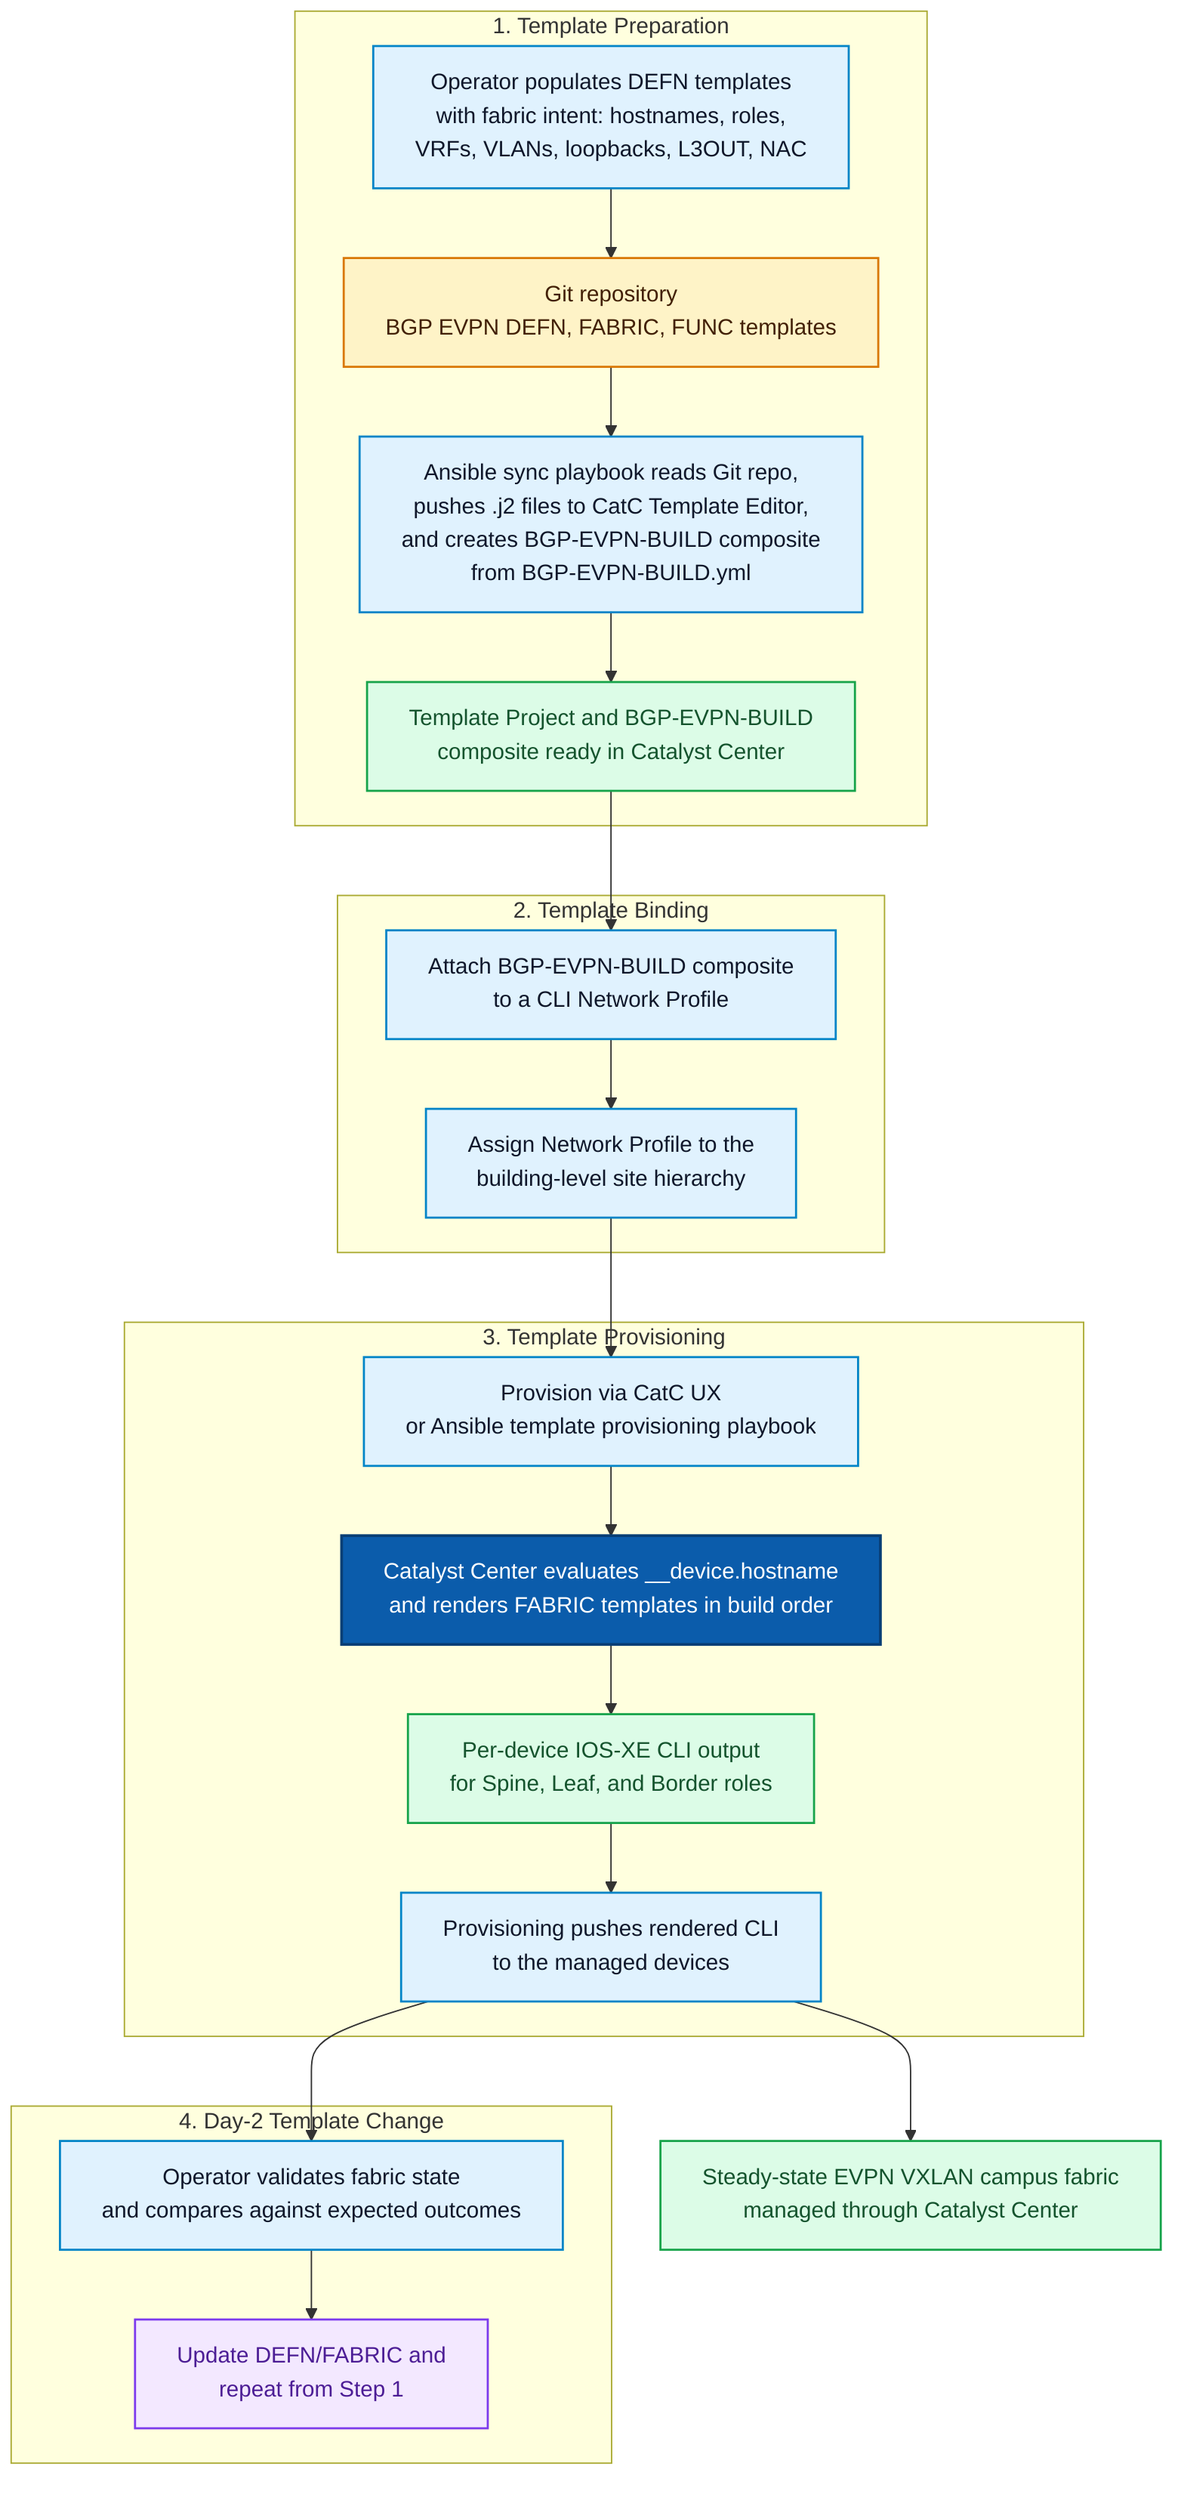
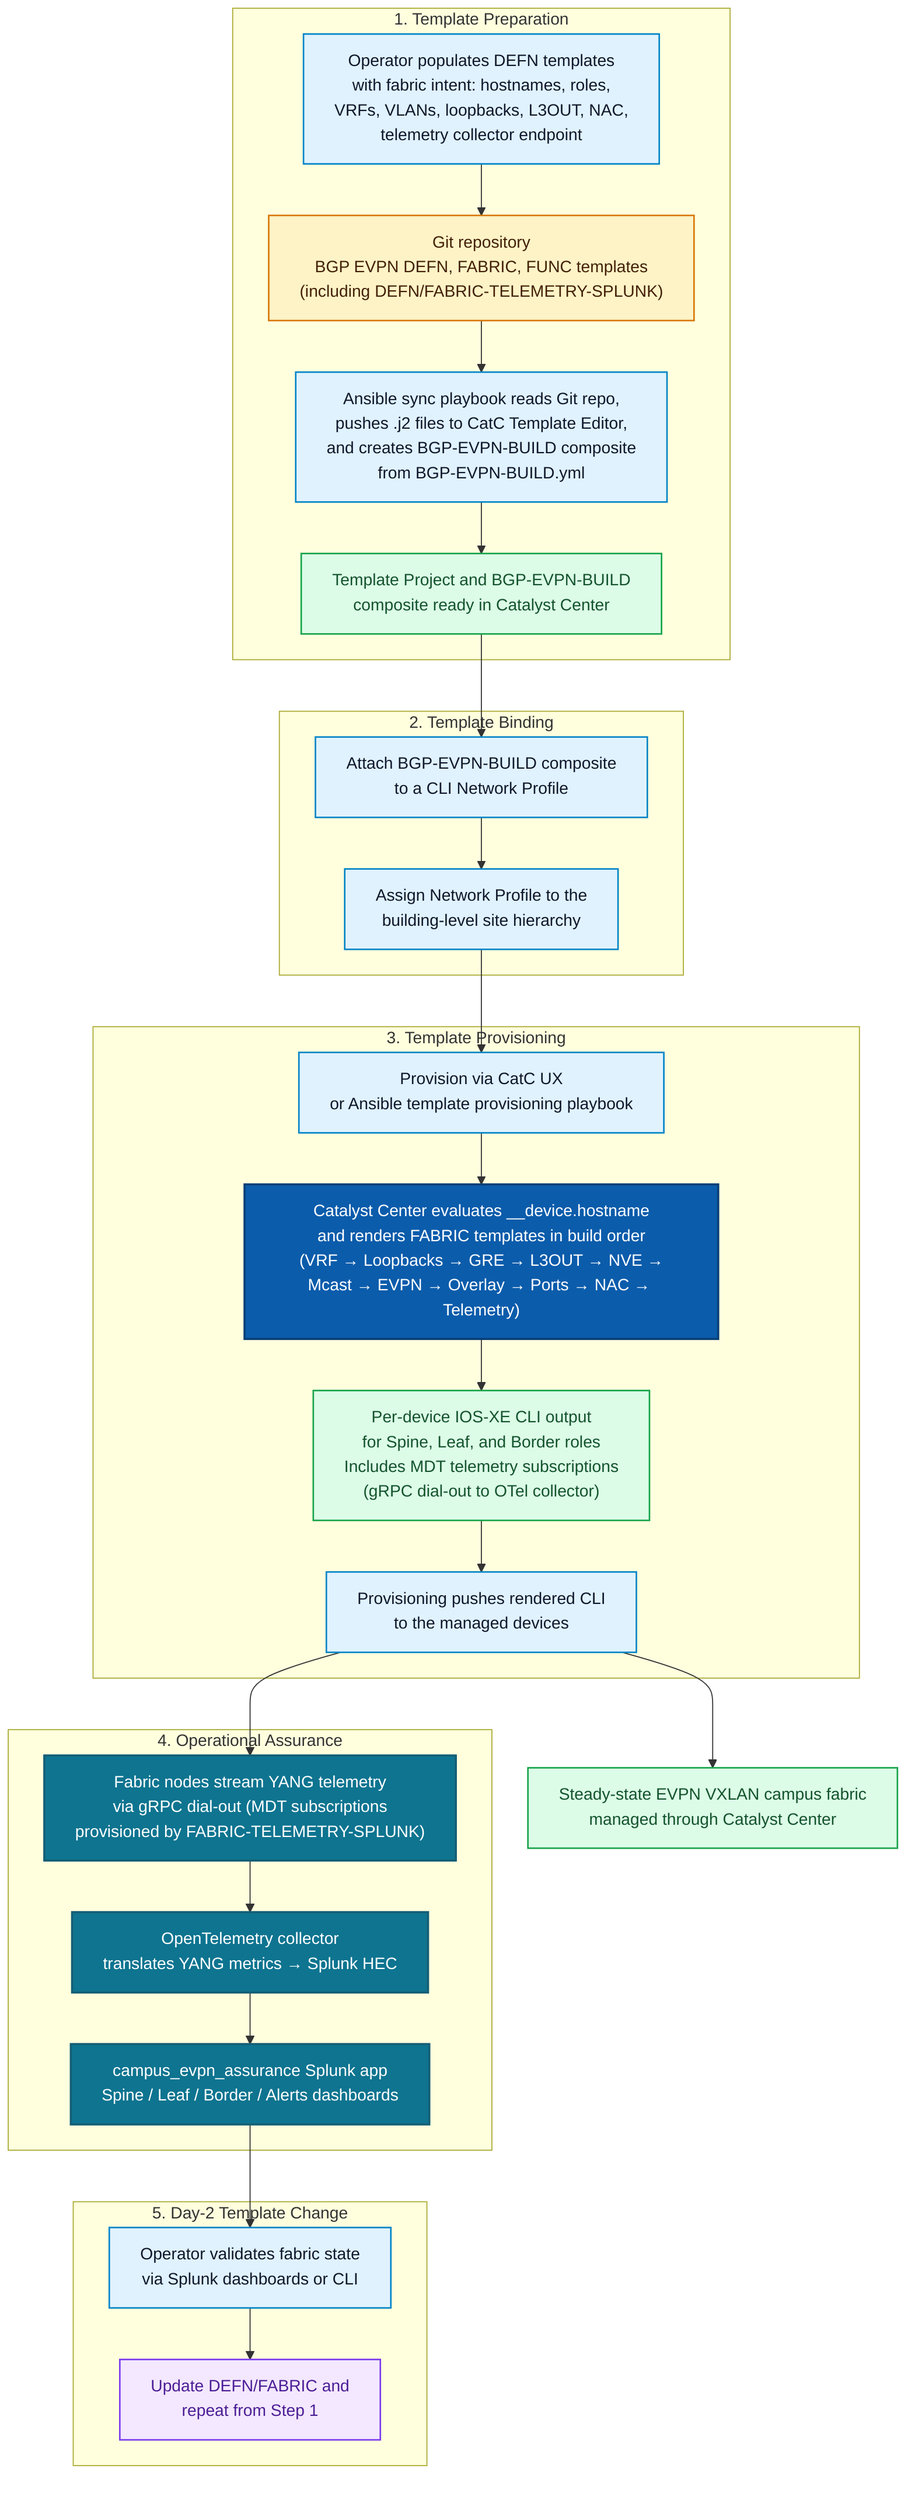
%%{init: {'flowchart': {'wrappingWidth': 400}}}%%
flowchart TB
  classDef phase fill:#0B5CAB,color:#FFFFFF,stroke:#083E75,stroke-width:2px;
  classDef action fill:#E0F2FE,color:#0F172A,stroke:#0284C7,stroke-width:1.5px;
  classDef data fill:#FEF3C7,color:#422006,stroke:#D97706,stroke-width:1.5px;
  classDef output fill:#DCFCE7,color:#14532D,stroke:#16A34A,stroke-width:1.5px;
  classDef loop fill:#F3E8FF,color:#4C1D95,stroke:#7C3AED,stroke-width:1.5px;
+   classDef assurance fill:#0E7490,color:#FFFFFF,stroke:#155E75,stroke-width:2px;

  subgraph prep["1. Template Preparation"]
-     userInput["Operator populates DEFN templates\nwith fabric intent: hostnames, roles,\nVRFs, VLANs, loopbacks, L3OUT, NAC"]:::action
-     userInput --> repo["Git repository\nBGP EVPN DEFN, FABRIC, FUNC templates"]:::data
+     userInput["Operator populates DEFN templates\nwith fabric intent: hostnames, roles,\nVRFs, VLANs, loopbacks, L3OUT, NAC,\ntelemetry collector endpoint"]:::action
+     userInput --> repo["Git repository\nBGP EVPN DEFN, FABRIC, FUNC templates\n(including DEFN/FABRIC-TELEMETRY-SPLUNK)"]:::data
    repo --> sync["Ansible sync playbook reads Git repo,\npushes .j2 files to CatC Template Editor,\nand creates BGP-EVPN-BUILD composite\nfrom BGP-EVPN-BUILD.yml"]:::action
    sync --> project["Template Project and BGP-EVPN-BUILD\ncomposite ready in Catalyst Center"]:::output
  end

  subgraph design["2. Template Binding"]
    profile["Attach BGP-EVPN-BUILD composite\nto a CLI Network Profile"]:::action
    profile --> site["Assign Network Profile to the\nbuilding-level site hierarchy"]:::action
  end

  subgraph provision["3. Template Provisioning"]
    inventory["Provision via CatC UX\nor Ansible template provisioning playbook"]:::action
-     inventory --> render["Catalyst Center evaluates __device.hostname\nand renders FABRIC templates in build order"]:::phase
-     render --> deviceCli["Per-device IOS-XE CLI output\nfor Spine, Leaf, and Border roles"]:::output
+     inventory --> render["Catalyst Center evaluates __device.hostname\nand renders FABRIC templates in build order\n(VRF → Loopbacks → GRE → L3OUT → NVE →\nMcast → EVPN → Overlay → Ports → NAC → Telemetry)"]:::phase
+     render --> deviceCli["Per-device IOS-XE CLI output\nfor Spine, Leaf, and Border roles\nIncludes MDT telemetry subscriptions\n(gRPC dial-out to OTel collector)"]:::output
    deviceCli --> deploy["Provisioning pushes rendered CLI\nto the managed devices"]:::action
  end

-   subgraph day2["4. Day-2 Template Change"]
-     validate["Operator validates fabric state\nand compares against expected outcomes"]:::action
+   subgraph assure["4. Operational Assurance"]
+     mdt["Fabric nodes stream YANG telemetry\nvia gRPC dial-out (MDT subscriptions\nprovisioned by FABRIC-TELEMETRY-SPLUNK)"]:::assurance
+     mdt --> otel["OpenTelemetry collector\ntranslates YANG metrics → Splunk HEC"]:::assurance
+     otel --> splunk["campus_evpn_assurance Splunk app\nSpine / Leaf / Border / Alerts dashboards"]:::assurance
+   end
+ 
+   subgraph day2["5. Day-2 Template Change"]
+     validate["Operator validates fabric state\nvia Splunk dashboards or CLI"]:::action
    validate --> loopback["Update DEFN/FABRIC and\nrepeat from Step 1"]:::loop
  end

  project --> profile
  site --> inventory
-   deploy --> validate
-   deploy --> steady["Steady-state EVPN VXLAN campus fabric\nmanaged through Catalyst Center"]:::output+   deploy --> mdt
+   deploy --> steady["Steady-state EVPN VXLAN campus fabric\nmanaged through Catalyst Center"]:::output
+   splunk --> validate